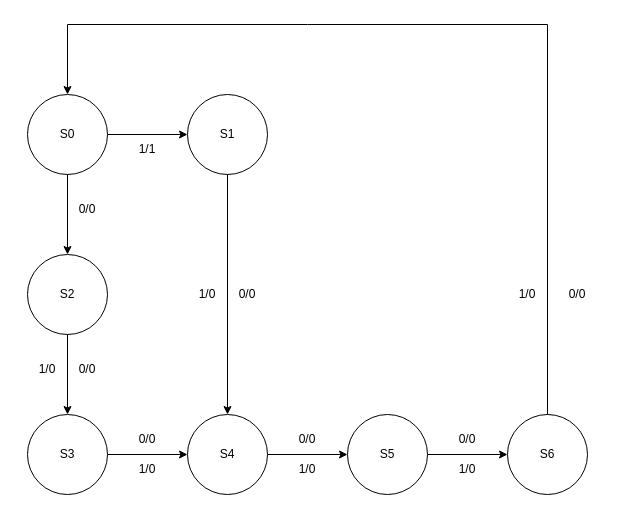
misaeluno/Automatica-y-Robotica keeps this draw.io diagram as Misael/Tarea_1 (Semaforo)/Grafo de semaforo.drawio. Above is the earlier version. Source tidied: cells renumbered, new cells numbered last; positions are measured from the earlier drawing's top-left corner, leaving out a move shared by most shapes. Both pictures are drawn from the tidied source at 100%, with x=0, y=0 at pixel (17, 24).
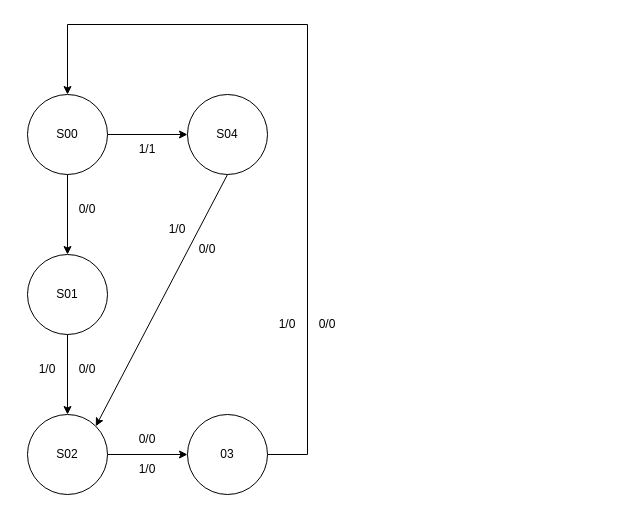
The same page after the edit.

What changed in the source:
```diff
@@
-    <mxCell id="2" value="S1" style="ellipse;whiteSpace=wrap;html=1;" parent="1" vertex="1">
+    <mxCell id="2" value="S04" style="ellipse;whiteSpace=wrap;html=1;" parent="1" vertex="1">
       <mxGeometry x="170" y="70" width="80" height="80" as="geometry" />
     </mxCell>
-    <mxCell id="3" value="S2" style="ellipse;whiteSpace=wrap;html=1;" parent="1" vertex="1">
+    <mxCell id="3" value="S01" style="ellipse;whiteSpace=wrap;html=1;" parent="1" vertex="1">
       <mxGeometry x="10" y="230" width="80" height="80" as="geometry" />
     </mxCell>
-    <mxCell id="4" value="S3" style="ellipse;whiteSpace=wrap;html=1;" parent="1" vertex="1">
+    <mxCell id="4" value="S02" style="ellipse;whiteSpace=wrap;html=1;" parent="1" vertex="1">
       <mxGeometry x="10" y="390" width="80" height="80" as="geometry" />
     </mxCell>
-    <mxCell id="5" value="S4" style="ellipse;whiteSpace=wrap;html=1;" parent="1" vertex="1">
+    <mxCell id="5" value="03" style="ellipse;whiteSpace=wrap;html=1;" parent="1" vertex="1">
       <mxGeometry x="170" y="390" width="80" height="80" as="geometry" />
     </mxCell>
-    <mxCell id="6" value="S5" style="ellipse;whiteSpace=wrap;html=1;" parent="1" vertex="1">
-      <mxGeometry x="330" y="390" width="80" height="80" as="geometry" />
-    </mxCell>
-    <mxCell id="7" value="S6" style="ellipse;whiteSpace=wrap;html=1;" parent="1" vertex="1">
-      <mxGeometry x="490" y="390" width="80" height="80" as="geometry" />
-    </mxCell>
-    <mxCell id="8" style="endArrow=classic;html=1;rounded=0;exitX=1;exitY=0.5;exitDx=0;exitDy=0;entryX=0;entryY=0.5;entryDx=0;entryDy=0;" parent="1" edge="1" source="5" target="6">
-      <mxGeometry relative="1" as="geometry" />
-    </mxCell>
-    <mxCell id="9" style="endArrow=classic;html=1;rounded=0;exitX=1;exitY=0.5;exitDx=0;exitDy=0;entryX=0;entryY=0.5;entryDx=0;entryDy=0;" parent="1" edge="1" source="6" target="7">
-      <mxGeometry relative="1" as="geometry" />
-    </mxCell>
-    <mxCell id="10" style="endArrow=classic;html=1;rounded=0;exitX=0.5;exitY=0;exitDx=0;exitDy=0;entryX=0.5;entryY=0;entryDx=0;entryDy=0;" parent="1" edge="1" source="7" target="11">
+    <mxCell id="10" style="endArrow=classic;html=1;rounded=0;exitX=1;exitY=0.5;exitDx=0;exitDy=0;entryX=0.5;entryY=0;entryDx=0;entryDy=0;" parent="1" edge="1" source="5" target="11">
       <mxGeometry relative="1" as="geometry">
         <Array as="points">
-          <mxPoint x="530" />
+          <mxPoint x="290" y="430" />
           <mxPoint x="290" />
           <mxPoint x="50" />
         </Array>
       </mxGeometry>
     </mxCell>
-    <mxCell id="11" value="S0" style="ellipse;whiteSpace=wrap;html=1;" parent="1" vertex="1">
+    <mxCell id="11" value="S00" style="ellipse;whiteSpace=wrap;html=1;" parent="1" vertex="1">
       <mxGeometry x="10" y="70" width="80" height="80" as="geometry" />
     </mxCell>
@@
-    <mxCell id="22" value="0/0" style="text;html=1;whiteSpace=wrap;strokeColor=none;fillColor=none;align=center;verticalAlign=middle;rounded=0;" parent="1" vertex="1">
-      <mxGeometry x="260" y="400" width="60" height="30" as="geometry" />
-    </mxCell>
-    <mxCell id="23" value="1/0" style="text;html=1;whiteSpace=wrap;strokeColor=none;fillColor=none;align=center;verticalAlign=middle;rounded=0;" parent="1" vertex="1">
-      <mxGeometry x="260" y="430" width="60" height="30" as="geometry" />
-    </mxCell>
-    <mxCell id="24" value="0/0" style="text;html=1;whiteSpace=wrap;strokeColor=none;fillColor=none;align=center;verticalAlign=middle;rounded=0;" parent="1" vertex="1">
-      <mxGeometry x="420" y="400" width="60" height="30" as="geometry" />
-    </mxCell>
-    <mxCell id="25" value="1/0" style="text;html=1;whiteSpace=wrap;strokeColor=none;fillColor=none;align=center;verticalAlign=middle;rounded=0;" parent="1" vertex="1">
-      <mxGeometry x="420" y="430" width="60" height="30" as="geometry" />
-    </mxCell>
-    <mxCell id="26" style="endArrow=classic;html=1;rounded=0;exitX=0.5;exitY=1;exitDx=0;exitDy=0;entryX=0.5;entryY=0;entryDx=0;entryDy=0;" parent="1" edge="1" source="2" target="5">
+    <mxCell id="26" style="endArrow=classic;html=1;rounded=0;exitX=0.5;exitY=1;exitDx=0;exitDy=0;entryX=1;entryY=0;entryDx=0;entryDy=0;" parent="1" edge="1" source="2" target="4">
       <mxGeometry relative="1" as="geometry" />
     </mxCell>
     <mxCell id="27" value="0/0" style="text;html=1;whiteSpace=wrap;strokeColor=none;fillColor=none;align=center;verticalAlign=middle;rounded=0;" parent="1" vertex="1">
-      <mxGeometry x="200" y="255" width="60" height="30" as="geometry" />
+      <mxGeometry x="160" y="210" width="60" height="30" as="geometry" />
     </mxCell>
     <mxCell id="28" value="1/0" style="text;html=1;whiteSpace=wrap;strokeColor=none;fillColor=none;align=center;verticalAlign=middle;rounded=0;" parent="1" vertex="1">
-      <mxGeometry x="160" y="255" width="60" height="30" as="geometry" />
+      <mxGeometry x="130" y="190" width="60" height="30" as="geometry" />
     </mxCell>
     <mxCell id="29" value="1/0" style="text;html=1;whiteSpace=wrap;strokeColor=none;fillColor=none;align=center;verticalAlign=middle;rounded=0;" parent="1" vertex="1">
-      <mxGeometry x="480" y="255" width="60" height="30" as="geometry" />
+      <mxGeometry x="240" y="285" width="60" height="30" as="geometry" />
     </mxCell>
     <mxCell id="30" value="0/0" style="text;html=1;whiteSpace=wrap;strokeColor=none;fillColor=none;align=center;verticalAlign=middle;rounded=0;" parent="1" vertex="1">
-      <mxGeometry x="530" y="255" width="60" height="30" as="geometry" />
+      <mxGeometry x="280" y="285" width="60" height="30" as="geometry" />
     </mxCell>
```
